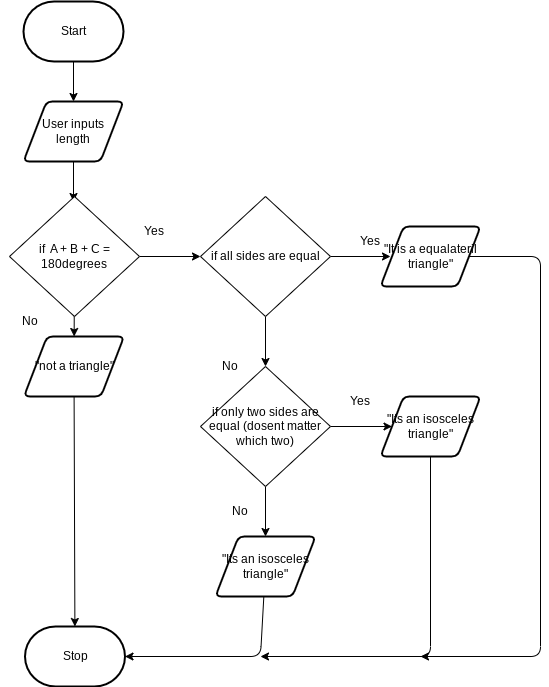
Earlier version of the draw.io export design/flow-chart.png (ashley-monaghan/ICS2Or-Unit-5-05). Source tidied: cells renumbered, new cells last; positions are measured from the earlier drawing's top-left corner, leaving out a move shared by most shapes. The source it was exported from:
```xml
<mxGraphModel>
  <root>
    <mxCell id="0" />
    <mxCell id="1" parent="0" />
    <mxCell id="2" style="edgeStyle=none;html=1;" parent="1" edge="1" source="3" target="5">
      <mxGeometry relative="1" as="geometry" />
    </mxCell>
    <mxCell id="3" value="Start" style="strokeWidth=2;html=1;shape=mxgraph.flowchart.terminator;whiteSpace=wrap;" parent="1" vertex="1">
      <mxGeometry x="23" width="100" height="60" as="geometry" />
    </mxCell>
    <mxCell id="4" style="edgeStyle=none;html=1;" parent="1" edge="1" source="5">
      <mxGeometry relative="1" as="geometry">
        <mxPoint x="73" y="200" as="targetPoint" />
      </mxGeometry>
    </mxCell>
    <mxCell id="5" value="User inputs length" style="shape=parallelogram;html=1;strokeWidth=2;perimeter=parallelogramPerimeter;whiteSpace=wrap;rounded=1;arcSize=12;size=0.23;" parent="1" vertex="1">
      <mxGeometry x="23" y="100" width="100" height="60" as="geometry" />
    </mxCell>
    <mxCell id="6" style="edgeStyle=none;html=1;" parent="1" edge="1" source="7" target="8">
      <mxGeometry relative="1" as="geometry" />
    </mxCell>
    <mxCell id="7" value="&quot;not a triangle&quot;" style="shape=parallelogram;html=1;strokeWidth=2;perimeter=parallelogramPerimeter;whiteSpace=wrap;rounded=1;arcSize=12;size=0.23;" parent="1" vertex="1">
      <mxGeometry x="23.5" y="335" width="100" height="60" as="geometry" />
    </mxCell>
    <mxCell id="8" value="Stop" style="strokeWidth=2;html=1;shape=mxgraph.flowchart.terminator;whiteSpace=wrap;" parent="1" vertex="1">
      <mxGeometry x="24.5" y="625" width="100" height="60" as="geometry" />
    </mxCell>
    <mxCell id="9" style="edgeStyle=none;html=1;" parent="1" edge="1" source="11" target="7">
      <mxGeometry relative="1" as="geometry" />
    </mxCell>
    <mxCell id="10" style="edgeStyle=none;html=1;entryX=0;entryY=0.5;entryDx=0;entryDy=0;" parent="1" edge="1" source="11" target="18">
      <mxGeometry relative="1" as="geometry" />
    </mxCell>
    <mxCell id="11" value="if&amp;nbsp; A + B + C = 180degrees" style="rhombus;whiteSpace=wrap;html=1;" parent="1" vertex="1">
      <mxGeometry x="9" y="195" width="130" height="120" as="geometry" />
    </mxCell>
    <mxCell id="12" style="edgeStyle=none;html=1;" parent="1" edge="1" source="13">
      <mxGeometry relative="1" as="geometry">
        <mxPoint x="420" y="655" as="targetPoint" />
        <Array as="points">
          <mxPoint x="540" y="255" />
          <mxPoint x="540" y="655" />
        </Array>
      </mxGeometry>
    </mxCell>
    <mxCell id="13" value="&quot;It is a equalateril triangle&quot;" style="shape=parallelogram;html=1;strokeWidth=2;perimeter=parallelogramPerimeter;whiteSpace=wrap;rounded=1;arcSize=12;size=0.23;" parent="1" vertex="1">
      <mxGeometry x="380" y="225" width="100" height="60" as="geometry" />
    </mxCell>
    <mxCell id="14" style="edgeStyle=none;html=1;" parent="1" edge="1" source="15">
      <mxGeometry relative="1" as="geometry">
        <mxPoint x="260" y="655" as="targetPoint" />
        <Array as="points">
          <mxPoint x="430" y="655" />
        </Array>
      </mxGeometry>
    </mxCell>
    <mxCell id="15" value="&quot;Its an isosceles triangle&quot;" style="shape=parallelogram;html=1;strokeWidth=2;perimeter=parallelogramPerimeter;whiteSpace=wrap;rounded=1;arcSize=12;size=0.23;" parent="1" vertex="1">
      <mxGeometry x="380" y="395" width="100" height="60" as="geometry" />
    </mxCell>
    <mxCell id="16" style="edgeStyle=none;html=1;" parent="1" edge="1" source="18">
      <mxGeometry relative="1" as="geometry">
        <mxPoint x="390" y="255" as="targetPoint" />
      </mxGeometry>
    </mxCell>
    <mxCell id="17" style="edgeStyle=none;html=1;" parent="1" edge="1" source="18" target="21">
      <mxGeometry relative="1" as="geometry" />
    </mxCell>
    <mxCell id="18" value="if all sides are equal" style="rhombus;whiteSpace=wrap;html=1;" parent="1" vertex="1">
      <mxGeometry x="200" y="195" width="130" height="120" as="geometry" />
    </mxCell>
    <mxCell id="19" style="edgeStyle=none;html=1;" parent="1" edge="1" source="21" target="15">
      <mxGeometry relative="1" as="geometry" />
    </mxCell>
    <mxCell id="20" style="edgeStyle=none;html=1;entryX=0.5;entryY=0;entryDx=0;entryDy=0;" parent="1" edge="1" source="21" target="23">
      <mxGeometry relative="1" as="geometry" />
    </mxCell>
    <mxCell id="21" value="if only two sides are equal (dosent matter which two)" style="rhombus;whiteSpace=wrap;html=1;" parent="1" vertex="1">
      <mxGeometry x="200" y="365" width="130" height="120" as="geometry" />
    </mxCell>
    <mxCell id="22" style="edgeStyle=none;html=1;entryX=1;entryY=0.5;entryDx=0;entryDy=0;entryPerimeter=0;" parent="1" edge="1" source="23" target="8">
      <mxGeometry relative="1" as="geometry">
        <Array as="points">
          <mxPoint x="260" y="655" />
        </Array>
      </mxGeometry>
    </mxCell>
    <mxCell id="23" value="&quot;Its an isosceles triangle&quot;" style="shape=parallelogram;html=1;strokeWidth=2;perimeter=parallelogramPerimeter;whiteSpace=wrap;rounded=1;arcSize=12;size=0.23;" parent="1" vertex="1">
      <mxGeometry x="215" y="535" width="100" height="60" as="geometry" />
    </mxCell>
    <mxCell id="24" value="Yes" style="text;html=1;strokeColor=none;fillColor=none;align=center;verticalAlign=middle;whiteSpace=wrap;rounded=0;" parent="1" vertex="1">
      <mxGeometry x="123.5" y="215" width="60" height="30" as="geometry" />
    </mxCell>
    <mxCell id="25" value="Yes" style="text;html=1;strokeColor=none;fillColor=none;align=center;verticalAlign=middle;whiteSpace=wrap;rounded=0;" parent="1" vertex="1">
      <mxGeometry x="340" y="225" width="60" height="30" as="geometry" />
    </mxCell>
    <mxCell id="26" value="Yes" style="text;html=1;strokeColor=none;fillColor=none;align=center;verticalAlign=middle;whiteSpace=wrap;rounded=0;" parent="1" vertex="1">
      <mxGeometry x="330" y="385" width="60" height="30" as="geometry" />
    </mxCell>
    <mxCell id="27" value="No" style="text;html=1;strokeColor=none;fillColor=none;align=center;verticalAlign=middle;whiteSpace=wrap;rounded=0;" parent="1" vertex="1">
      <mxGeometry y="305" width="60" height="30" as="geometry" />
    </mxCell>
    <mxCell id="28" value="No" style="text;html=1;strokeColor=none;fillColor=none;align=center;verticalAlign=middle;whiteSpace=wrap;rounded=0;" parent="1" vertex="1">
      <mxGeometry x="200" y="350" width="60" height="30" as="geometry" />
    </mxCell>
    <mxCell id="29" value="No" style="text;html=1;strokeColor=none;fillColor=none;align=center;verticalAlign=middle;whiteSpace=wrap;rounded=0;" parent="1" vertex="1">
      <mxGeometry x="210" y="495" width="60" height="30" as="geometry" />
    </mxCell>
  </root>
</mxGraphModel>
```
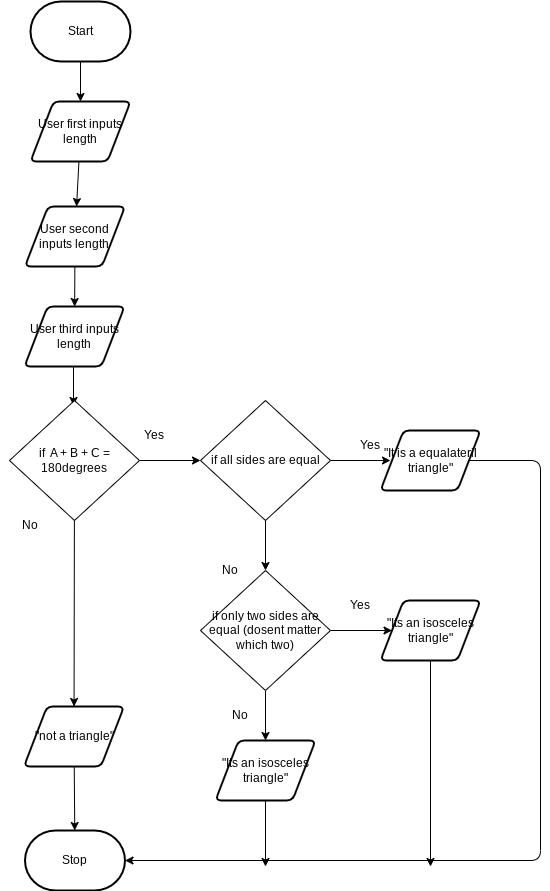
After the commit.

Change to the diagram source:
```diff
@@ -6,21 +6,25 @@
       <mxGeometry relative="1" as="geometry" />
     </mxCell>
     <mxCell id="3" value="Start" style="strokeWidth=2;html=1;shape=mxgraph.flowchart.terminator;whiteSpace=wrap;" parent="1" vertex="1">
-      <mxGeometry x="23" width="100" height="60" as="geometry" />
+      <mxGeometry x="30" y="-204" width="100" height="60" as="geometry" />
     </mxCell>
-    <mxCell id="4" style="edgeStyle=none;html=1;" parent="1" edge="1" source="5">
+    <mxCell id="4" style="edgeStyle=none;html=1;" parent="1" edge="1">
       <mxGeometry relative="1" as="geometry">
+        <mxPoint x="73" y="160" as="sourcePoint" />
         <mxPoint x="73" y="200" as="targetPoint" />
       </mxGeometry>
     </mxCell>
+    <mxCell id="30" style="edgeStyle=none;html=1;" parent="1" edge="1" source="5" target="34">
+      <mxGeometry relative="1" as="geometry" />
+    </mxCell>
-    <mxCell id="5" value="User inputs length" style="shape=parallelogram;html=1;strokeWidth=2;perimeter=parallelogramPerimeter;whiteSpace=wrap;rounded=1;arcSize=12;size=0.23;" parent="1" vertex="1">
-      <mxGeometry x="23" y="100" width="100" height="60" as="geometry" />
+    <mxCell id="5" value="User first inputs length" style="shape=parallelogram;html=1;strokeWidth=2;perimeter=parallelogramPerimeter;whiteSpace=wrap;rounded=1;arcSize=12;size=0.23;" parent="1" vertex="1">
+      <mxGeometry x="30" y="-104" width="100" height="60" as="geometry" />
     </mxCell>
     <mxCell id="6" style="edgeStyle=none;html=1;" parent="1" edge="1" source="7" target="8">
       <mxGeometry relative="1" as="geometry" />
     </mxCell>
     <mxCell id="7" value="&quot;not a triangle&quot;" style="shape=parallelogram;html=1;strokeWidth=2;perimeter=parallelogramPerimeter;whiteSpace=wrap;rounded=1;arcSize=12;size=0.23;" parent="1" vertex="1">
-      <mxGeometry x="23.5" y="335" width="100" height="60" as="geometry" />
+      <mxGeometry x="23.5" y="501" width="100" height="60" as="geometry" />
     </mxCell>
     <mxCell id="8" value="Stop" style="strokeWidth=2;html=1;shape=mxgraph.flowchart.terminator;whiteSpace=wrap;" parent="1" vertex="1">
       <mxGeometry x="24.5" y="625" width="100" height="60" as="geometry" />
@@ -34,9 +38,8 @@
     <mxCell id="11" value="if&amp;nbsp; A + B + C = 180degrees" style="rhombus;whiteSpace=wrap;html=1;" parent="1" vertex="1">
       <mxGeometry x="9" y="195" width="130" height="120" as="geometry" />
     </mxCell>
-    <mxCell id="12" style="edgeStyle=none;html=1;" parent="1" edge="1" source="13">
+    <mxCell id="12" style="edgeStyle=none;html=1;entryX=1;entryY=0.5;entryDx=0;entryDy=0;entryPerimeter=0;" parent="1" edge="1" source="13" target="8">
       <mxGeometry relative="1" as="geometry">
-        <mxPoint x="420" y="655" as="targetPoint" />
         <Array as="points">
           <mxPoint x="540" y="255" />
           <mxPoint x="540" y="655" />
@@ -46,14 +49,11 @@
     <mxCell id="13" value="&quot;It is a equalateril triangle&quot;" style="shape=parallelogram;html=1;strokeWidth=2;perimeter=parallelogramPerimeter;whiteSpace=wrap;rounded=1;arcSize=12;size=0.23;" parent="1" vertex="1">
       <mxGeometry x="380" y="225" width="100" height="60" as="geometry" />
     </mxCell>
-    <mxCell id="14" style="edgeStyle=none;html=1;" parent="1" edge="1" source="15">
-      <mxGeometry relative="1" as="geometry">
-        <mxPoint x="260" y="655" as="targetPoint" />
-        <Array as="points">
-          <mxPoint x="430" y="655" />
-        </Array>
-      </mxGeometry>
-    </mxCell>
+    <mxCell id="31" style="edgeStyle=none;html=1;" parent="1" edge="1" source="15">
+      <mxGeometry relative="1" as="geometry">
+        <mxPoint x="430" y="661" as="targetPoint" />
+      </mxGeometry>
+    </mxCell>
     <mxCell id="15" value="&quot;Its an isosceles triangle&quot;" style="shape=parallelogram;html=1;strokeWidth=2;perimeter=parallelogramPerimeter;whiteSpace=wrap;rounded=1;arcSize=12;size=0.23;" parent="1" vertex="1">
       <mxGeometry x="380" y="395" width="100" height="60" as="geometry" />
     </mxCell>
@@ -77,13 +77,11 @@
     <mxCell id="21" value="if only two sides are equal (dosent matter which two)" style="rhombus;whiteSpace=wrap;html=1;" parent="1" vertex="1">
       <mxGeometry x="200" y="365" width="130" height="120" as="geometry" />
     </mxCell>
-    <mxCell id="22" style="edgeStyle=none;html=1;entryX=1;entryY=0.5;entryDx=0;entryDy=0;entryPerimeter=0;" parent="1" edge="1" source="23" target="8">
-      <mxGeometry relative="1" as="geometry">
-        <Array as="points">
-          <mxPoint x="260" y="655" />
-        </Array>
-      </mxGeometry>
-    </mxCell>
+    <mxCell id="32" style="edgeStyle=none;html=1;" parent="1" edge="1" source="23">
+      <mxGeometry relative="1" as="geometry">
+        <mxPoint x="265" y="661" as="targetPoint" />
+      </mxGeometry>
+    </mxCell>
     <mxCell id="23" value="&quot;Its an isosceles triangle&quot;" style="shape=parallelogram;html=1;strokeWidth=2;perimeter=parallelogramPerimeter;whiteSpace=wrap;rounded=1;arcSize=12;size=0.23;" parent="1" vertex="1">
       <mxGeometry x="215" y="535" width="100" height="60" as="geometry" />
     </mxCell>
@@ -105,5 +103,14 @@
     <mxCell id="29" value="No" style="text;html=1;strokeColor=none;fillColor=none;align=center;verticalAlign=middle;whiteSpace=wrap;rounded=0;" parent="1" vertex="1">
       <mxGeometry x="210" y="495" width="60" height="30" as="geometry" />
     </mxCell>
+    <mxCell id="33" style="edgeStyle=none;html=1;" parent="1" edge="1" source="34" target="35">
+      <mxGeometry relative="1" as="geometry" />
+    </mxCell>
+    <mxCell id="34" value="User second inputs length" style="shape=parallelogram;html=1;strokeWidth=2;perimeter=parallelogramPerimeter;whiteSpace=wrap;rounded=1;arcSize=12;size=0.23;" parent="1" vertex="1">
+      <mxGeometry x="24.5" y="1" width="100" height="60" as="geometry" />
+    </mxCell>
+    <mxCell id="35" value="User third inputs length" style="shape=parallelogram;html=1;strokeWidth=2;perimeter=parallelogramPerimeter;whiteSpace=wrap;rounded=1;arcSize=12;size=0.23;" parent="1" vertex="1">
+      <mxGeometry x="24" y="101" width="100" height="60" as="geometry" />
+    </mxCell>
   </root>
 </mxGraphModel>
```
